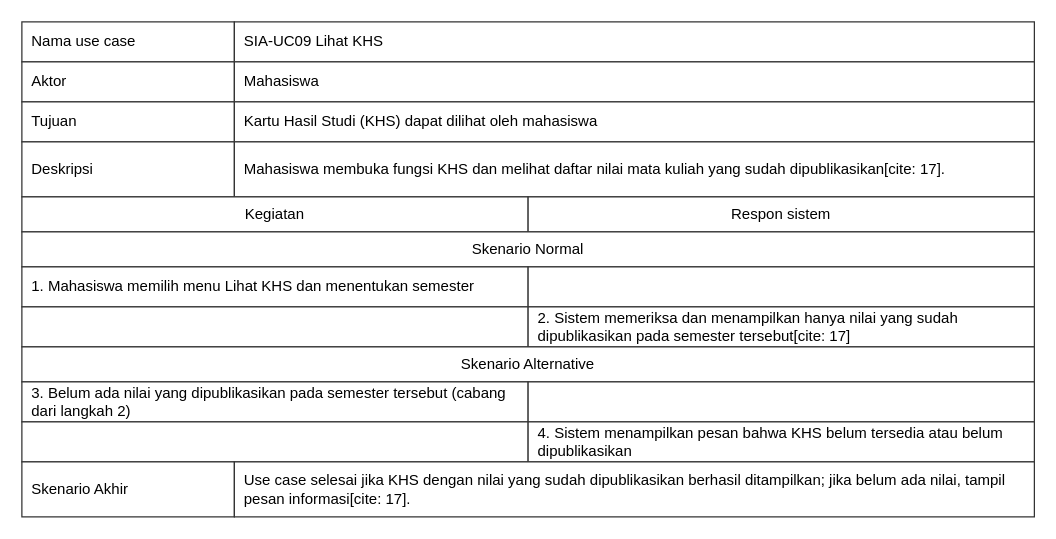
Earlier version of the draw.io diagram page "SIA-UC09" (3 of 7) of 04_model_analisi/P05/SIA/P05_2406100_SIA_usrcase_v01.drawio (2406100-rgb/IFRWP5149_2406100_LabAlat). Source tidied: cells renumbered, new cells numbered last; positions are measured from the earlier drawing's top-left corner, leaving out a move shared by most shapes. Both pictures are drawn from the tidied source at 125%, with x=0, y=0 at pixel (21, 21).
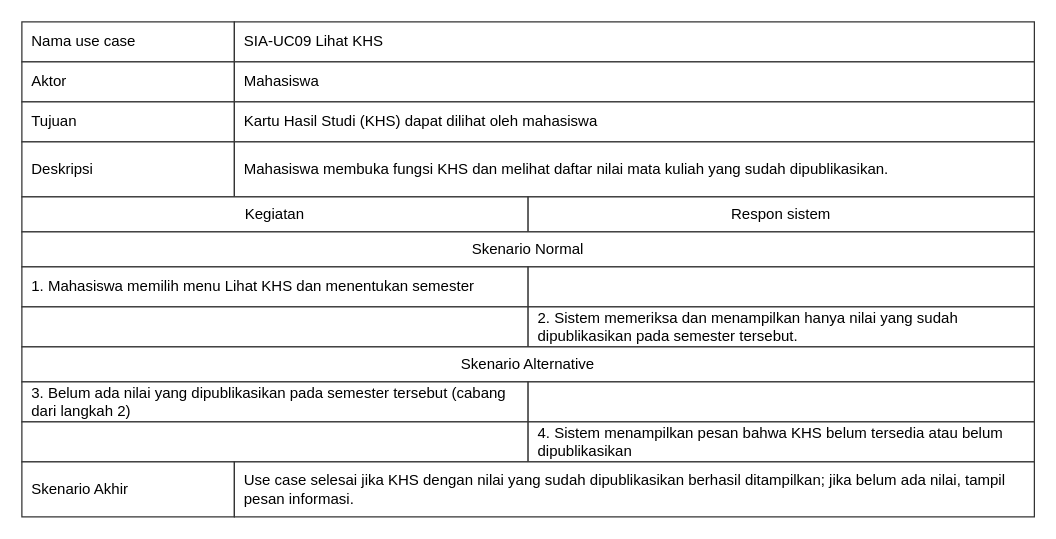
The same page after the edit.

What changed in the source:
```diff
@@
-    <mxCell id="9" value="Mahasiswa membuka fungsi KHS dan melihat daftar nilai mata kuliah yang sudah dipublikasikan[cite: 17]." style="rounded=0;whiteSpace=wrap;html=1;align=left;verticalAlign=middle;spacingLeft=6;spacingRight=6;fontSize=12;strokeColor=#333333;fillColor=#ffffff;" parent="1" vertex="1">
+    <mxCell id="9" value="Mahasiswa membuka fungsi KHS dan melihat daftar nilai mata kuliah yang sudah dipublikasikan." style="rounded=0;whiteSpace=wrap;html=1;align=left;verticalAlign=middle;spacingLeft=6;spacingRight=6;fontSize=12;strokeColor=#333333;fillColor=#ffffff;" parent="1" vertex="1">
       <mxGeometry x="170" y="96" width="640" height="44" as="geometry" />
     </mxCell>
@@
-    <mxCell id="16" value="2. Sistem memeriksa dan menampilkan hanya nilai yang sudah dipublikasikan pada semester tersebut[cite: 17]" style="rounded=0;whiteSpace=wrap;html=1;align=left;verticalAlign=middle;spacingLeft=6;spacingRight=6;fontSize=12;strokeColor=#333333;fillColor=#ffffff;" parent="1" vertex="1">
+    <mxCell id="16" value="2. Sistem memeriksa dan menampilkan hanya nilai yang sudah dipublikasikan pada semester tersebut." style="rounded=0;whiteSpace=wrap;html=1;align=left;verticalAlign=middle;spacingLeft=6;spacingRight=6;fontSize=12;strokeColor=#333333;fillColor=#ffffff;" parent="1" vertex="1">
       <mxGeometry x="405" y="228" width="405" height="32" as="geometry" />
     </mxCell>
@@
-    <mxCell id="23" value="Use case selesai jika KHS dengan nilai yang sudah dipublikasikan berhasil ditampilkan; jika belum ada nilai, tampil pesan informasi[cite: 17]." style="rounded=0;whiteSpace=wrap;html=1;align=left;verticalAlign=middle;spacingLeft=6;spacingRight=6;fontSize=12;strokeColor=#333333;fillColor=#ffffff;" parent="1" vertex="1">
+    <mxCell id="23" value="Use case selesai jika KHS dengan nilai yang sudah dipublikasikan berhasil ditampilkan; jika belum ada nilai, tampil pesan informasi." style="rounded=0;whiteSpace=wrap;html=1;align=left;verticalAlign=middle;spacingLeft=6;spacingRight=6;fontSize=12;strokeColor=#333333;fillColor=#ffffff;" parent="1" vertex="1">
       <mxGeometry x="170" y="352" width="640" height="44" as="geometry" />
     </mxCell>
```
